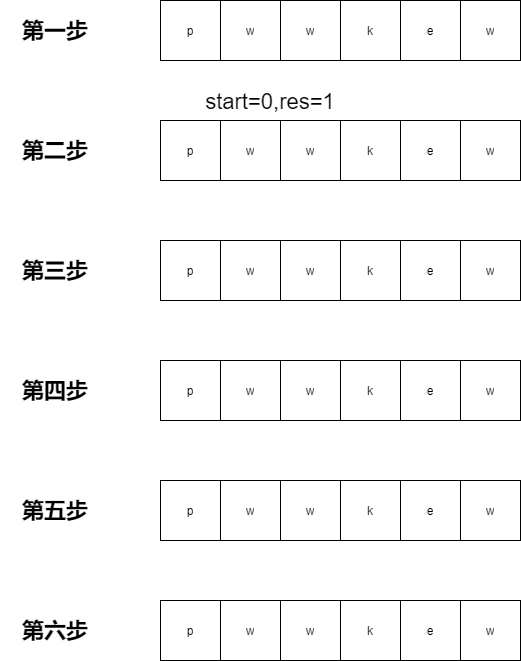
Before: Untitled Diagram.png, a diagram exported from draw.io (DaMingYue/Test). Source tidied: cells renumbered, new cells last; positions are measured from the earlier drawing's top-left corner, leaving out a move shared by most shapes.
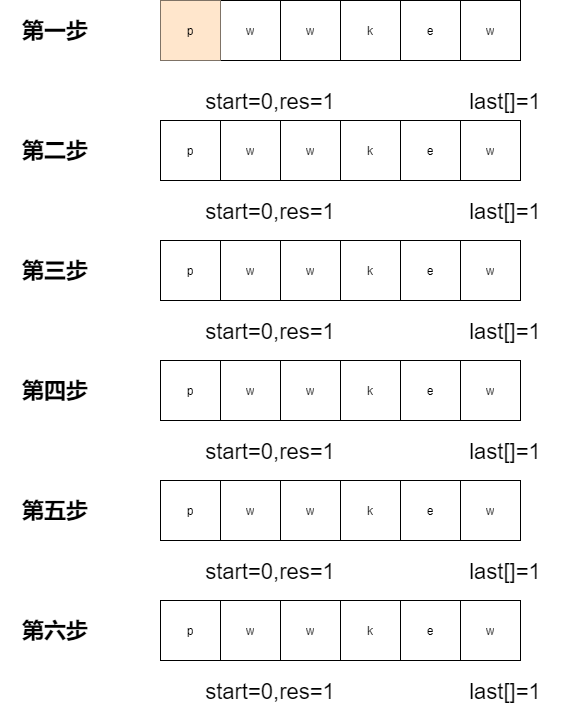
Later version of the same file.

What changed in the source:
```diff
@@ -8,7 +8,7 @@
     <mxCell id="3" style="shape=partialRectangle;html=1;whiteSpace=wrap;fillColor=none;top=0;left=0;bottom=0;right=0;" parent="2" vertex="1">
       <mxGeometry width="360" height="60" as="geometry" />
     </mxCell>
-    <mxCell id="4" value="p" style="shape=partialRectangle;html=1;whiteSpace=wrap;overflow=hidden;fillColor=none;top=0;left=0;bottom=0;right=0;" parent="3" vertex="1">
+    <mxCell id="4" value="p" style="shape=partialRectangle;html=1;whiteSpace=wrap;overflow=hidden;fillColor=#ffe6cc;top=0;left=0;bottom=0;right=0;strokeColor=#d79b00;" parent="3" vertex="1">
       <mxGeometry width="60" height="60" as="geometry" />
     </mxCell>
     <mxCell id="5" value="w" style="shape=partialRectangle;html=1;whiteSpace=wrap;overflow=hidden;fillColor=none;top=0;left=0;bottom=0;right=0;" parent="3" vertex="1">
@@ -167,5 +167,38 @@
     <mxCell id="56" value="start=0,res=1" style="text;html=1;strokeColor=none;fillColor=none;align=center;verticalAlign=middle;whiteSpace=wrap;rounded=0;fontSize=22;fontColor=#000000;" parent="1" vertex="1">
       <mxGeometry x="170" y="91" width="200" height="20" as="geometry" />
     </mxCell>
+    <mxCell id="57" value="last[]=1" style="text;html=1;strokeColor=none;fillColor=none;align=center;verticalAlign=middle;whiteSpace=wrap;rounded=0;fontSize=22;fontColor=#000000;" parent="1" vertex="1">
+      <mxGeometry x="440" y="91" width="130" height="20" as="geometry" />
+    </mxCell>
+    <mxCell id="58" value="start=0,res=1" style="text;html=1;strokeColor=none;fillColor=none;align=center;verticalAlign=middle;whiteSpace=wrap;rounded=0;fontSize=22;fontColor=#000000;" parent="1" vertex="1">
+      <mxGeometry x="170" y="201" width="200" height="20" as="geometry" />
+    </mxCell>
+    <mxCell id="59" value="last[]=1" style="text;html=1;strokeColor=none;fillColor=none;align=center;verticalAlign=middle;whiteSpace=wrap;rounded=0;fontSize=22;fontColor=#000000;" parent="1" vertex="1">
+      <mxGeometry x="440" y="201" width="130" height="20" as="geometry" />
+    </mxCell>
+    <mxCell id="60" value="start=0,res=1" style="text;html=1;strokeColor=none;fillColor=none;align=center;verticalAlign=middle;whiteSpace=wrap;rounded=0;fontSize=22;fontColor=#000000;" parent="1" vertex="1">
+      <mxGeometry x="170" y="321" width="200" height="20" as="geometry" />
+    </mxCell>
+    <mxCell id="61" value="last[]=1" style="text;html=1;strokeColor=none;fillColor=none;align=center;verticalAlign=middle;whiteSpace=wrap;rounded=0;fontSize=22;fontColor=#000000;" parent="1" vertex="1">
+      <mxGeometry x="440" y="321" width="130" height="20" as="geometry" />
+    </mxCell>
+    <mxCell id="62" value="start=0,res=1" style="text;html=1;strokeColor=none;fillColor=none;align=center;verticalAlign=middle;whiteSpace=wrap;rounded=0;fontSize=22;fontColor=#000000;" parent="1" vertex="1">
+      <mxGeometry x="170" y="441" width="200" height="20" as="geometry" />
+    </mxCell>
+    <mxCell id="63" value="last[]=1" style="text;html=1;strokeColor=none;fillColor=none;align=center;verticalAlign=middle;whiteSpace=wrap;rounded=0;fontSize=22;fontColor=#000000;" parent="1" vertex="1">
+      <mxGeometry x="440" y="441" width="130" height="20" as="geometry" />
+    </mxCell>
+    <mxCell id="64" value="start=0,res=1" style="text;html=1;strokeColor=none;fillColor=none;align=center;verticalAlign=middle;whiteSpace=wrap;rounded=0;fontSize=22;fontColor=#000000;" parent="1" vertex="1">
+      <mxGeometry x="170" y="561" width="200" height="20" as="geometry" />
+    </mxCell>
+    <mxCell id="65" value="last[]=1" style="text;html=1;strokeColor=none;fillColor=none;align=center;verticalAlign=middle;whiteSpace=wrap;rounded=0;fontSize=22;fontColor=#000000;" parent="1" vertex="1">
+      <mxGeometry x="440" y="561" width="130" height="20" as="geometry" />
+    </mxCell>
+    <mxCell id="66" value="start=0,res=1" style="text;html=1;strokeColor=none;fillColor=none;align=center;verticalAlign=middle;whiteSpace=wrap;rounded=0;fontSize=22;fontColor=#000000;" parent="1" vertex="1">
+      <mxGeometry x="170" y="681" width="200" height="20" as="geometry" />
+    </mxCell>
+    <mxCell id="67" value="last[]=1" style="text;html=1;strokeColor=none;fillColor=none;align=center;verticalAlign=middle;whiteSpace=wrap;rounded=0;fontSize=22;fontColor=#000000;" parent="1" vertex="1">
+      <mxGeometry x="440" y="681" width="130" height="20" as="geometry" />
+    </mxCell>
   </root>
 </mxGraphModel>
```
